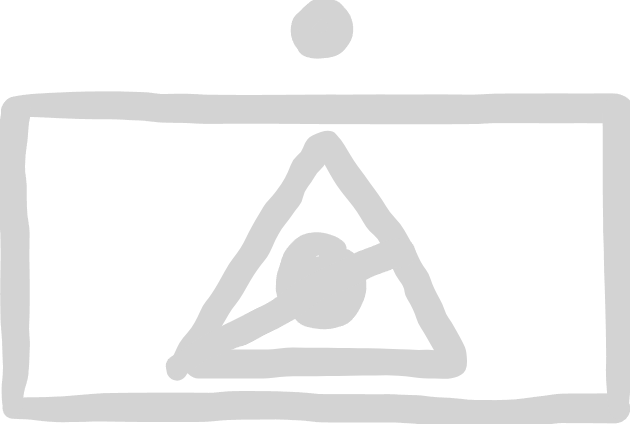
christsven/H.E.A.T keeps this Excalidraw diagram as factions/nato-symbols/blufor/art-recon-t.excalidraw.png. Above is the earlier version. Source tidied: one line per element, renumbered; positions are measured from the earlier drawing's top-left corner, leaving out a move shared by most shapes.
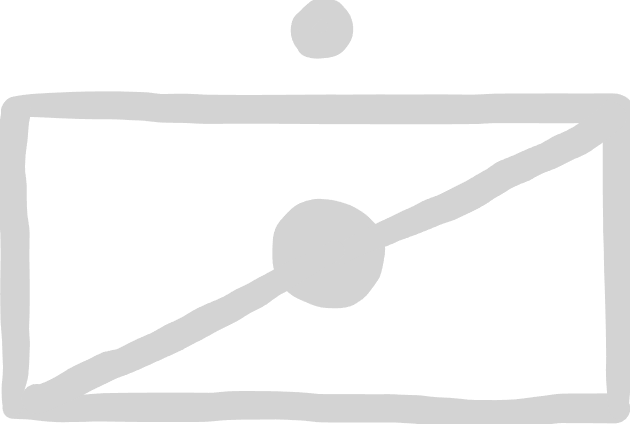
After the commit.

Change to the diagram source:
```diff
@@ -4,6 +4,6 @@
 {"id": 3, "type": "freedraw", "strokeColor": "#1e1e1e", "strokeWidth": 4, "roughness": 1, "x": 3, "y": 396, "width": 6, "height": 295, "points": [[0, 0], [-1, -7], [0, -19], [1, -26], [3, -35], [3, -43], [3, -53], [3, -64], [3, -73], [2, -83], [2, -92], [2, -101], [2, -112], [2, -137], [2, -160], [2, -167], [0, -184], [-1, -199], [-1, -215], [-1, -226], [-3, -235], [-3, -247], [-2, -259], [0, -268], [0, -275], [1, -283], [1, -290]]}
 {"id": 4, "type": "freedraw", "strokeColor": "#1e1e1e", "strokeWidth": 4, "roughness": 1, "x": 310, "y": 14, "width": 27, "height": 21, "points": [[0, 0], [-8, 1], [-9, 9], [-5, 13], [2, 15], [8, 12], [10, 5], [6, -1], [-2, -1], [-8, 1], [-9, 9], [-2, 12], [5, 12], [10, 8], [10, 0], [4, -3], [-5, -3], [-12, -2], [-14, 6], [-14, 13], [-10, 18], [-2, 18], [7, 17], [11, 11], [13, 5], [12, -1], [4, -3]]}
 {"id": 5, "type": "freedraw", "strokeColor": "#1e1e1e", "strokeWidth": 4, "roughness": 1, "x": 294, "y": 12, "width": 36, "height": 34, "points": [[0, 0], [1, -1], [4, -4], [6, -7], [7, -9], [10, -10], [12, -12], [15, -12], [18, -12], [21, -12], [24, -12], [27, -12], [28, -11], [31, -8], [33, -6], [33, -3], [34, -2], [34, 1], [36, 4], [36, 7], [36, 10], [36, 13], [35, 15], [33, 16], [32, 18], [29, 19], [27, 21], [24, 22], [21, 22], [18, 22], [15, 22], [12, 22], [9, 22], [8, 21], [6, 21]]}
-{"id": 6, "type": "freedraw", "strokeColor": "#1e1e1e", "strokeWidth": 4, "roughness": 1, "x": 167, "y": 290, "width": 281, "height": 230, "points": [[0, 70], [16, 43], [37, 17], [58, -18], [79, -49], [95, -80], [109, -105], [123, -125], [137, -148], [151, -158], [170, -127], [186, -103], [200, -80], [218, -55], [232, -29], [246, 0], [260, 25], [274, 56], [267, 64], [202, 62], [163, 62], [132, 62], [98, 64], [58, 64], [28, 64]]}
-{"id": 7, "type": "freedraw", "strokeColor": "#1e1e1e", "strokeWidth": 4, "roughness": 1, "x": 316, "y": 238, "width": 61, "height": 71, "points": [[11, 1], [-4, -4], [-21, -2], [-30, 11], [-36, 27], [-36, 48], [-23, 59], [-2, 61], [16, 57], [22, 42], [20, 25], [1, 24], [-14, 27], [-12, 44], [5, 50], [20, 48], [20, 35], [12, 20], [5, 14], [22, 22], [25, 38], [20, 55], [9, 64], [-8, 66], [-21, 59], [-27, 46], [-23, 29], [-8, 24]]}
-{"id": 8, "type": "freedraw", "strokeColor": "#1e1e1e", "strokeWidth": 4, "roughness": 1, "x": 166, "y": 339, "width": 225, "height": 113, "points": [[0, 17], [8, 15], [17, 7], [23, 5], [30, 0], [41, -5], [50, -10], [59, -13], [67, -15], [76, -23], [85, -29], [94, -30], [100, -35], [109, -40], [123, -50], [135, -59], [144, -64], [153, -66], [162, -71], [171, -74], [180, -79], [189, -84], [198, -86], [207, -91], [213, -94], [221, -96]]}
+{"id": 9, "type": "freedraw", "strokeColor": "#1e1e1e", "strokeWidth": 4, "roughness": 1, "x": 320, "y": 205, "width": 82, "height": 79, "points": [[0, 0], [-21, 6], [-37, 19], [-42, 40], [-36, 63], [-12, 76], [12, 78], [31, 63], [39, 42], [36, 21], [17, 5], [-7, -1], [-28, 4], [-40, 18], [-42, 39], [-39, 58], [-15, 69], [4, 60], [12, 41], [2, 26], [-21, 28], [-17, 48], [4, 47], [0, 32], [-12, 39]]}
+{"id": 10, "type": "freedraw", "strokeColor": "#1e1e1e", "strokeWidth": 4, "roughness": 1, "x": 332, "y": 244, "width": 270, "height": 138, "points": [[0, 0], [11, -7], [20, -11], [30, -14], [43, -21], [53, -24], [63, -30], [73, -33], [83, -38], [93, -43], [104, -47], [114, -51], [131, -60], [144, -68], [154, -73], [168, -81], [180, -87], [190, -91], [201, -97], [213, -101], [223, -107], [237, -113], [243, -118], [254, -124], [270, -137]]}
+{"id": 11, "type": "freedraw", "strokeColor": "#1e1e1e", "strokeWidth": 4, "roughness": 1, "x": 267, "y": 240, "width": 299, "height": 149, "points": [[58, 0], [50, 6], [37, 10], [28, 14], [19, 19], [10, 24], [0, 31], [-14, 39], [-25, 44], [-37, 53], [-48, 60], [-60, 65], [-76, 72], [-88, 78], [-97, 85], [-108, 90], [-122, 97], [-136, 103], [-150, 107], [-162, 114], [-176, 120], [-190, 127], [-201, 132], [-215, 136], [-224, 143], [-238, 147]]}
```
